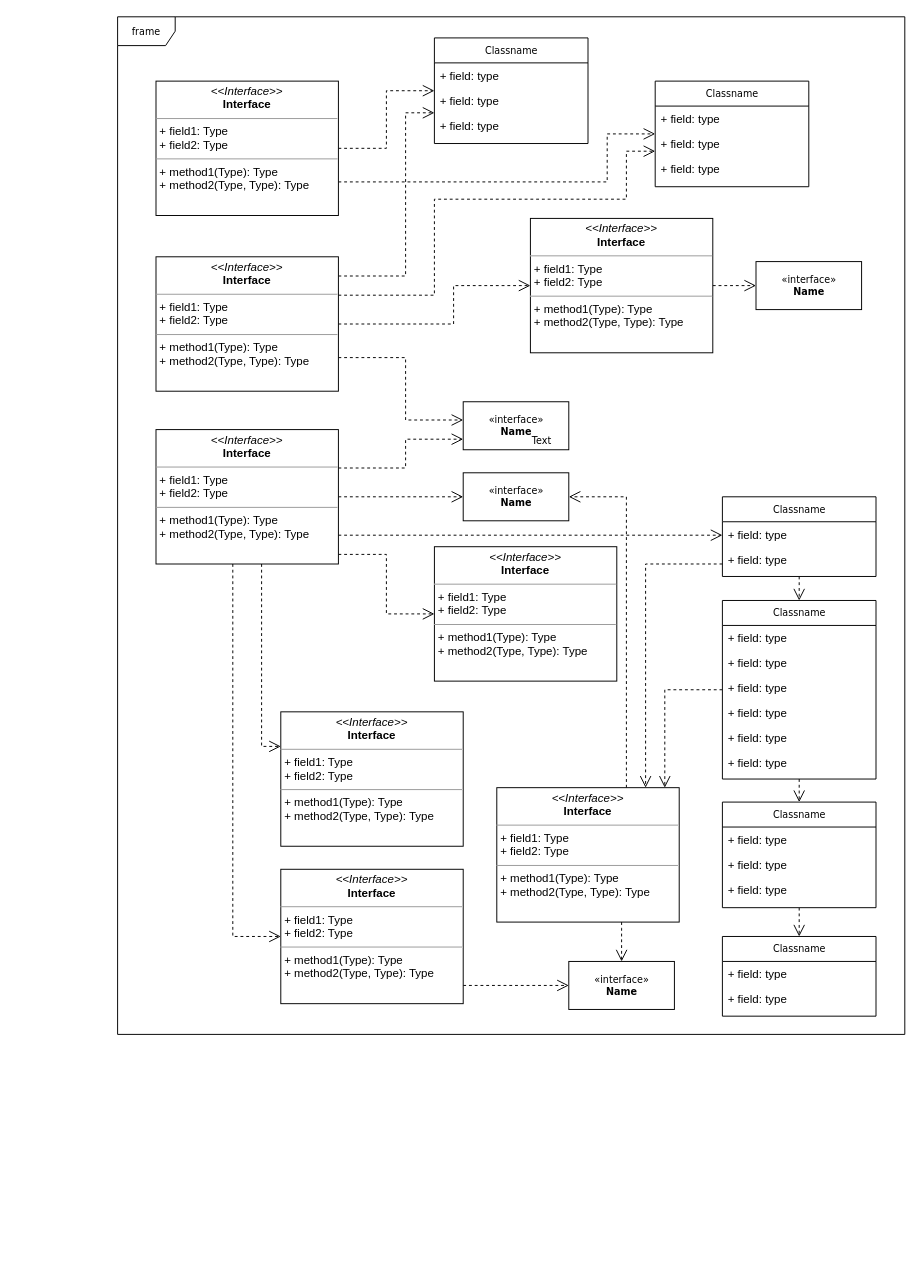
lyhkk/Test keeps this draw.io diagram as UML.drawio. Above is the earlier version. Source tidied: cells renumbered, new cells numbered last; positions are measured from the earlier drawing's top-left corner, leaving out a move shared by most shapes. Both pictures are drawn from the tidied source at 96%, with x=0, y=0 at pixel (117, 16).
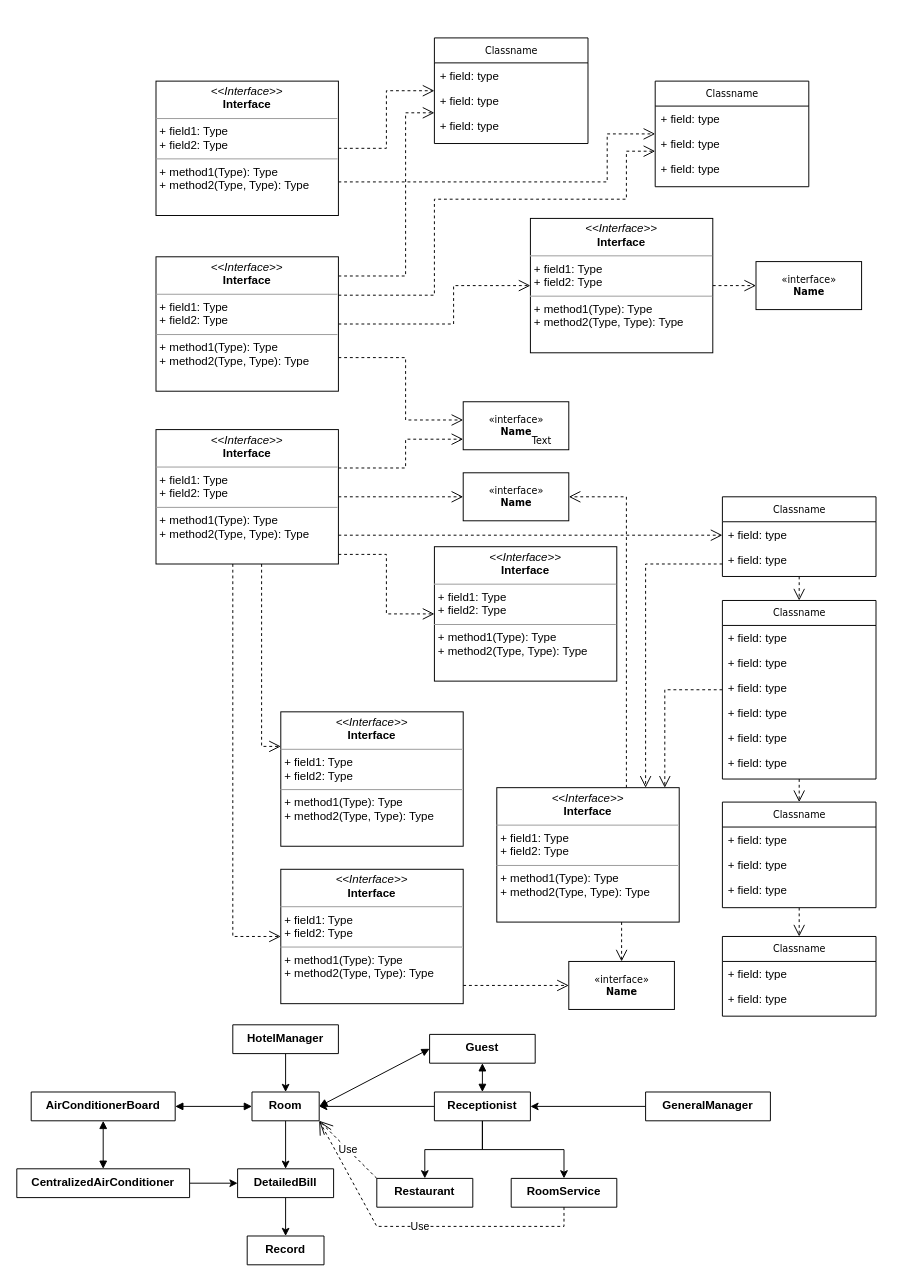
The same page after the edit.

Diff of the diagram source:
```diff
@@
-    <mxCell id="2" value="frame" style="shape=umlFrame;whiteSpace=wrap;html=1;rounded=0;shadow=0;comic=0;labelBackgroundColor=none;strokeWidth=1;fontFamily=Verdana;fontSize=10;align=center;" parent="1" vertex="1">
-      <mxGeometry width="820" height="1060" as="geometry" />
-    </mxCell>
@@
+    <mxCell id="62" style="edgeStyle=orthogonalEdgeStyle;rounded=0;jettySize=auto;html=1;exitX=0.5;exitY=1;exitDx=0;exitDy=0;entryX=0.5;entryY=0;entryDx=0;entryDy=0;" parent="1" edge="1" source="63" target="68">
+      <mxGeometry relative="1" as="geometry" />
+    </mxCell>
+    <mxCell id="63" value="Room" style="swimlane;fontStyle=1;align=center;verticalAlign=top;horizontal=1;startSize=30;whiteSpace=wrap;html=1;" parent="1" vertex="1" collapsed="1">
+      <mxGeometry x="140" y="1120" width="70" height="30" as="geometry" />
+    </mxCell>
+    <mxCell id="64" style="edgeStyle=orthogonalEdgeStyle;rounded=0;jettySize=auto;html=1;exitX=0.5;exitY=1;exitDx=0;exitDy=0;entryX=0.5;entryY=0;entryDx=0;entryDy=0;" parent="1" edge="1" source="65" target="63">
+      <mxGeometry relative="1" as="geometry" />
+    </mxCell>
+    <mxCell id="65" value="HotelManager" style="swimlane;fontStyle=1;align=center;verticalAlign=top;horizontal=1;startSize=30;whiteSpace=wrap;html=1;" parent="1" vertex="1" collapsed="1">
+      <mxGeometry x="120" y="1050" width="110" height="30" as="geometry" />
+    </mxCell>
+    <mxCell id="66" value="Guest" style="swimlane;fontStyle=1;align=center;verticalAlign=top;horizontal=1;startSize=30;whiteSpace=wrap;html=1;" parent="1" vertex="1" collapsed="1">
+      <mxGeometry x="325" y="1060" width="110" height="30" as="geometry" />
+    </mxCell>
+    <mxCell id="67" style="edgeStyle=orthogonalEdgeStyle;rounded=0;jettySize=auto;html=1;exitX=0.5;exitY=1;exitDx=0;exitDy=0;entryX=0.5;entryY=0;entryDx=0;entryDy=0;" parent="1" edge="1" source="68" target="78">
+      <mxGeometry relative="1" as="geometry" />
+    </mxCell>
+    <mxCell id="68" value="DetailedBill" style="swimlane;fontStyle=1;align=center;verticalAlign=top;horizontal=1;startSize=30;whiteSpace=wrap;html=1;" parent="1" vertex="1" collapsed="1">
+      <mxGeometry x="125" y="1200" width="100" height="30" as="geometry" />
+    </mxCell>
+    <mxCell id="69" style="edgeStyle=orthogonalEdgeStyle;rounded=0;jettySize=auto;html=1;exitX=0;exitY=0.5;exitDx=0;exitDy=0;entryX=1;entryY=0.5;entryDx=0;entryDy=0;" parent="1" edge="1" source="72" target="63">
+      <mxGeometry relative="1" as="geometry" />
+    </mxCell>
+    <mxCell id="70" style="edgeStyle=orthogonalEdgeStyle;rounded=0;jettySize=auto;html=1;exitX=0.5;exitY=1;exitDx=0;exitDy=0;entryX=0.5;entryY=0;entryDx=0;entryDy=0;" parent="1" edge="1" source="72" target="83">
+      <mxGeometry relative="1" as="geometry" />
+    </mxCell>
+    <mxCell id="71" style="edgeStyle=orthogonalEdgeStyle;rounded=0;jettySize=auto;html=1;exitX=0.5;exitY=1;exitDx=0;exitDy=0;entryX=0.5;entryY=0;entryDx=0;entryDy=0;" parent="1" edge="1" source="72" target="85">
+      <mxGeometry relative="1" as="geometry" />
+    </mxCell>
+    <mxCell id="72" value="Receptionist" style="swimlane;fontStyle=1;align=center;verticalAlign=top;horizontal=1;startSize=30;whiteSpace=wrap;html=1;" parent="1" vertex="1" collapsed="1">
+      <mxGeometry x="330" y="1120" width="100" height="30" as="geometry" />
+    </mxCell>
+    <mxCell id="73" style="edgeStyle=orthogonalEdgeStyle;rounded=0;jettySize=auto;html=1;exitX=0;exitY=0.5;exitDx=0;exitDy=0;entryX=1;entryY=0.5;entryDx=0;entryDy=0;" parent="1" edge="1" source="74" target="72">
+      <mxGeometry relative="1" as="geometry" />
+    </mxCell>
+    <mxCell id="74" value="GeneralManager" style="swimlane;fontStyle=1;align=center;verticalAlign=top;horizontal=1;startSize=30;whiteSpace=wrap;html=1;" parent="1" vertex="1" collapsed="1">
+      <mxGeometry x="550" y="1120" width="130" height="30" as="geometry" />
+    </mxCell>
+    <mxCell id="75" value="AirConditionerBoard" style="swimlane;fontStyle=1;align=center;verticalAlign=top;horizontal=1;startSize=50;whiteSpace=wrap;html=1;" parent="1" vertex="1" collapsed="1">
+      <mxGeometry x="-90" y="1120" width="150" height="30" as="geometry" />
+    </mxCell>
+    <mxCell id="76" style="edgeStyle=orthogonalEdgeStyle;rounded=0;jettySize=auto;html=1;exitX=1;exitY=0.5;exitDx=0;exitDy=0;entryX=0;entryY=0.5;entryDx=0;entryDy=0;" parent="1" edge="1" source="77" target="68">
+      <mxGeometry relative="1" as="geometry" />
+    </mxCell>
+    <mxCell id="77" value="CentralizedAirConditioner" style="swimlane;fontStyle=1;align=center;verticalAlign=top;horizontal=1;startSize=30;whiteSpace=wrap;html=1;" parent="1" vertex="1" collapsed="1">
+      <mxGeometry x="-105" y="1200" width="180" height="30" as="geometry" />
+    </mxCell>
+    <mxCell id="78" value="Record" style="swimlane;fontStyle=1;align=center;verticalAlign=top;horizontal=1;startSize=30;whiteSpace=wrap;html=1;" parent="1" vertex="1" collapsed="1">
+      <mxGeometry x="135" y="1270" width="80" height="30" as="geometry" />
+    </mxCell>
+    <mxCell id="79" style="endArrow=block;startArrow=block;endFill=1;startFill=1;html=1;rounded=0;exitX=1;exitY=0.5;exitDx=0;exitDy=0;entryX=0;entryY=0.5;entryDx=0;entryDy=0;" parent="1" edge="1" source="63" target="66">
+      <mxGeometry relative="1" as="geometry" />
+    </mxCell>
+    <mxCell id="80" style="endArrow=block;startArrow=block;endFill=1;startFill=1;html=1;rounded=0;exitX=0.5;exitY=1;exitDx=0;exitDy=0;entryX=0.5;entryY=0;entryDx=0;entryDy=0;" parent="1" edge="1" source="66" target="72">
+      <mxGeometry relative="1" as="geometry" />
+    </mxCell>
+    <mxCell id="81" style="endArrow=block;startArrow=block;endFill=1;startFill=1;html=1;rounded=0;exitX=1;exitY=0.5;exitDx=0;exitDy=0;entryX=0;entryY=0.5;entryDx=0;entryDy=0;" parent="1" edge="1" source="75" target="63">
+      <mxGeometry relative="1" as="geometry" />
+    </mxCell>
+    <mxCell id="82" style="endArrow=block;startArrow=block;endFill=1;startFill=1;html=1;rounded=0;exitX=0.5;exitY=1;exitDx=0;exitDy=0;entryX=0.5;entryY=0;entryDx=0;entryDy=0;" parent="1" edge="1" source="75" target="77">
+      <mxGeometry relative="1" as="geometry" />
+    </mxCell>
+    <mxCell id="83" value="Restaurant" style="swimlane;fontStyle=1;align=center;verticalAlign=top;horizontal=1;startSize=86;whiteSpace=wrap;html=1;" parent="1" vertex="1" collapsed="1">
+      <mxGeometry x="270" y="1210" width="100" height="30" as="geometry" />
+    </mxCell>
+    <mxCell id="84" value="Use" style="endArrow=open;endSize=12;dashed=1;html=1;rounded=0;exitX=0;exitY=0;exitDx=0;exitDy=0;entryX=1;entryY=1;entryDx=0;entryDy=0;" parent="1" edge="1" source="83" target="63">
+      <mxGeometry relative="1" as="geometry" />
+    </mxCell>
+    <mxCell id="85" value="RoomService" style="swimlane;fontStyle=1;align=center;verticalAlign=top;horizontal=1;startSize=30;whiteSpace=wrap;html=1;" parent="1" vertex="1" collapsed="1">
+      <mxGeometry x="410" y="1210" width="110" height="30" as="geometry" />
+    </mxCell>
+    <mxCell id="86" value="Use" style="endArrow=open;endSize=12;dashed=1;html=1;rounded=0;exitX=0.5;exitY=1;exitDx=0;exitDy=0;entryX=1;entryY=1;entryDx=0;entryDy=0;" parent="1" edge="1" source="85" target="63">
+      <mxGeometry relative="1" as="geometry">
+        <Array as="points">
+          <mxPoint x="465" y="1260" />
+          <mxPoint x="270" y="1260" />
+        </Array>
+      </mxGeometry>
+    </mxCell>
```
